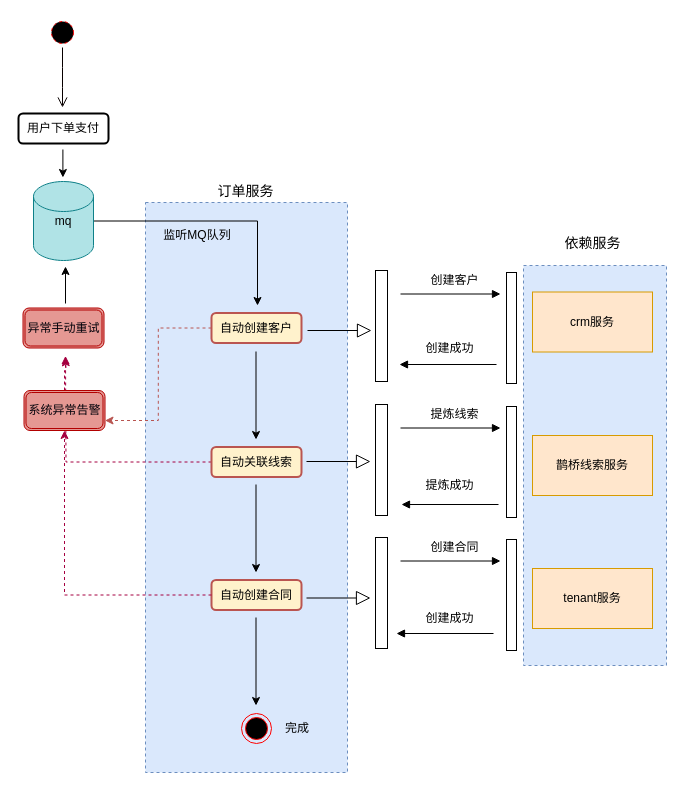
Before: autoFollowUp.drawio in zhaoershuang/flow-chart, a draw.io diagram. Source tidied: cells renumbered, new cells numbered last; positions are measured from the earlier drawing's top-left corner, leaving out a move shared by most shapes. Both pictures are drawn from the tidied source at 100%, with x=0, y=0 at pixel (18, 17).
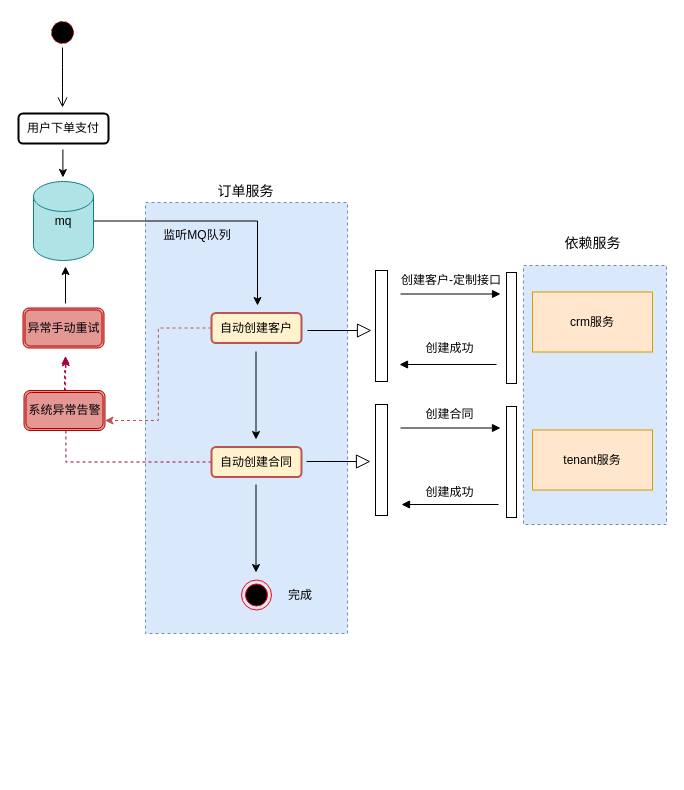
The same diagram, later.

Commit message:
删除关联线索逻辑

Unchanged cells that the change refers to:
```xml
<mxCell id="49" value="&lt;font color=&quot;#02020a&quot;&gt;系统异常告警&lt;/font&gt;" style="shape=ext;double=1;rounded=1;whiteSpace=wrap;html=1;shadow=0;glass=0;sketch=0;strokeColor=#B20000;fontColor=#ffffff;fillColor=#E59893;" parent="1" vertex="1">
  <mxGeometry x="5.5" y="373" width="81" height="40" as="geometry" />
</mxCell>
```

Change to the diagram source:
```diff
@@
     <mxCell id="2" style="rounded=0;whiteSpace=wrap;html=1;shadow=0;glass=0;dashed=1;sketch=0;fillColor=#dae8fc;strokeColor=#6c8ebf;" parent="1" vertex="1">
-      <mxGeometry x="505" y="248" width="143" height="400" as="geometry" />
+      <mxGeometry x="505" y="248" width="143" height="259" as="geometry" />
     </mxCell>
     <mxCell id="3" style="rounded=0;whiteSpace=wrap;html=1;shadow=0;glass=0;dashed=1;sketch=0;fillColor=#dae8fc;strokeColor=#6c8ebf;" parent="1" vertex="1">
-      <mxGeometry x="127" y="185" width="202" height="570" as="geometry" />
+      <mxGeometry x="127" y="185" width="202" height="431" as="geometry" />
     </mxCell>
@@
-    <mxCell id="14" value="创建客户" style="text;html=1;strokeColor=none;fillColor=none;align=center;verticalAlign=middle;whiteSpace=wrap;rounded=0;shadow=0;glass=0;sketch=0;" parent="1" vertex="1">
-      <mxGeometry x="411" y="253" width="51" height="20" as="geometry" />
+    <mxCell id="14" value="创建客户-定制接口" style="text;html=1;strokeColor=none;fillColor=none;align=center;verticalAlign=middle;whiteSpace=wrap;rounded=0;shadow=0;glass=0;sketch=0;" parent="1" vertex="1">
+      <mxGeometry x="368" y="253" width="130" height="20" as="geometry" />
     </mxCell>
@@
-    <mxCell id="21" value="自动关联线索" style="rounded=1;whiteSpace=wrap;html=1;fillColor=#fff2cc;strokeWidth=2;strokeColor=#BA5551;" parent="1" vertex="1">
+    <mxCell id="21" value="自动创建合同" style="rounded=1;whiteSpace=wrap;html=1;fillColor=#fff2cc;strokeWidth=2;strokeColor=#BA5551;" parent="1" vertex="1">
       <mxGeometry x="193" y="429.5" width="90" height="30" as="geometry" />
     </mxCell>
@@
-    <mxCell id="25" value="提炼线索" style="text;html=1;strokeColor=none;fillColor=none;align=center;verticalAlign=middle;whiteSpace=wrap;rounded=0;shadow=0;glass=0;sketch=0;" parent="1" vertex="1">
-      <mxGeometry x="411" y="387" width="51" height="20" as="geometry" />
-    </mxCell>
-    <mxCell id="26" value="鹊桥线索服务" style="rounded=0;whiteSpace=wrap;html=1;shadow=0;glass=0;sketch=0;fillColor=#ffe6cc;strokeColor=#d79b00;" parent="1" vertex="1">
-      <mxGeometry x="514" y="418" width="120" height="60" as="geometry" />
-    </mxCell>
-    <mxCell id="27" value="提炼成功" style="text;html=1;strokeColor=none;fillColor=none;align=center;verticalAlign=middle;whiteSpace=wrap;rounded=0;shadow=0;glass=0;sketch=0;" parent="1" vertex="1">
-      <mxGeometry x="406" y="458" width="51" height="20" as="geometry" />
-    </mxCell>
@@
-    <mxCell id="30" value="自动创建合同" style="rounded=1;whiteSpace=wrap;html=1;fillColor=#fff2cc;strokeWidth=2;strokeColor=#BA5551;" parent="1" vertex="1">
-      <mxGeometry x="193" y="562.5" width="90" height="30" as="geometry" />
-    </mxCell>
-    <mxCell id="31" style="html=1;perimeter=orthogonalPerimeter;rounded=0;shadow=0;glass=0;sketch=0;" parent="1" vertex="1">
-      <mxGeometry x="357" y="520" width="12" height="111" as="geometry" />
-    </mxCell>
-    <mxCell id="32" style="html=1;perimeter=orthogonalPerimeter;rounded=0;shadow=0;glass=0;sketch=0;" parent="1" vertex="1">
-      <mxGeometry x="488" y="522" width="10" height="111" as="geometry" />
-    </mxCell>
-    <mxCell id="33" style="endArrow=block;endFill=1;endSize=6;html=1;" parent="1" edge="1">
-      <mxGeometry relative="1" as="geometry">
-        <mxPoint x="382" y="543.5" as="sourcePoint" />
-        <mxPoint x="482" y="543.5" as="targetPoint" />
-      </mxGeometry>
-    </mxCell>
     <mxCell id="34" value="创建合同" style="text;html=1;strokeColor=none;fillColor=none;align=center;verticalAlign=middle;whiteSpace=wrap;rounded=0;shadow=0;glass=0;sketch=0;" parent="1" vertex="1">
-      <mxGeometry x="411" y="520" width="51" height="20" as="geometry" />
+      <mxGeometry x="406" y="387" width="51" height="20" as="geometry" />
     </mxCell>
     <mxCell id="35" value="tenant服务" style="rounded=0;whiteSpace=wrap;html=1;shadow=0;glass=0;sketch=0;fillColor=#ffe6cc;strokeColor=#d79b00;" parent="1" vertex="1">
-      <mxGeometry x="514" y="551" width="120" height="60" as="geometry" />
+      <mxGeometry x="514" y="412.5" width="120" height="60" as="geometry" />
     </mxCell>
     <mxCell id="36" value="创建成功" style="text;html=1;strokeColor=none;fillColor=none;align=center;verticalAlign=middle;whiteSpace=wrap;rounded=0;shadow=0;glass=0;sketch=0;" parent="1" vertex="1">
-      <mxGeometry x="406" y="591" width="51" height="20" as="geometry" />
+      <mxGeometry x="406" y="465" width="51" height="20" as="geometry" />
     </mxCell>
@@
-    <mxCell id="38" style="endArrow=classic;html=1;" parent="1" edge="1">
-      <mxGeometry relative="1" as="geometry">
-        <mxPoint x="237.5" y="600" as="sourcePoint" />
-        <mxPoint x="237.5" y="688" as="targetPoint" />
-      </mxGeometry>
-    </mxCell>
@@
-    <mxCell id="40" style="endArrow=block;endFill=1;endSize=6;html=1;" parent="1" edge="1">
-      <mxGeometry relative="1" as="geometry">
-        <mxPoint x="475" y="616" as="sourcePoint" />
-        <mxPoint x="378" y="616" as="targetPoint" />
-      </mxGeometry>
-    </mxCell>
@@
-    <mxCell id="43" style="endArrow=block;endFill=0;endSize=12;html=1;" parent="1" edge="1">
-      <mxGeometry relative="1" as="geometry">
-        <mxPoint x="288" y="580.5" as="sourcePoint" />
-        <mxPoint x="352" y="580.5" as="targetPoint" />
-      </mxGeometry>
-    </mxCell>
     <mxCell id="44" style="ellipse;html=1;shape=endState;fillColor=#000000;strokeColor=#ff0000;rounded=0;shadow=0;glass=0;sketch=0;" parent="1" vertex="1">
-      <mxGeometry x="223" y="696" width="30" height="30" as="geometry" />
+      <mxGeometry x="223" y="562.5" width="30" height="30" as="geometry" />
     </mxCell>
@@
-    <mxCell id="50" style="edgeStyle=orthogonalEdgeStyle;rounded=0;jettySize=auto;html=1;dashed=1;fillColor=#d80073;strokeColor=#A50040;" parent="1" edge="1" source="30" target="49">
-      <mxGeometry relative="1" as="geometry" />
-    </mxCell>
     <mxCell id="51" value="完成" style="text;html=1;strokeColor=none;fillColor=none;align=center;verticalAlign=middle;whiteSpace=wrap;rounded=0;shadow=0;glass=0;sketch=0;" parent="1" vertex="1">
-      <mxGeometry x="259" y="701" width="40" height="20" as="geometry" />
+      <mxGeometry x="262" y="567.5" width="40" height="20" as="geometry" />
     </mxCell>
```
